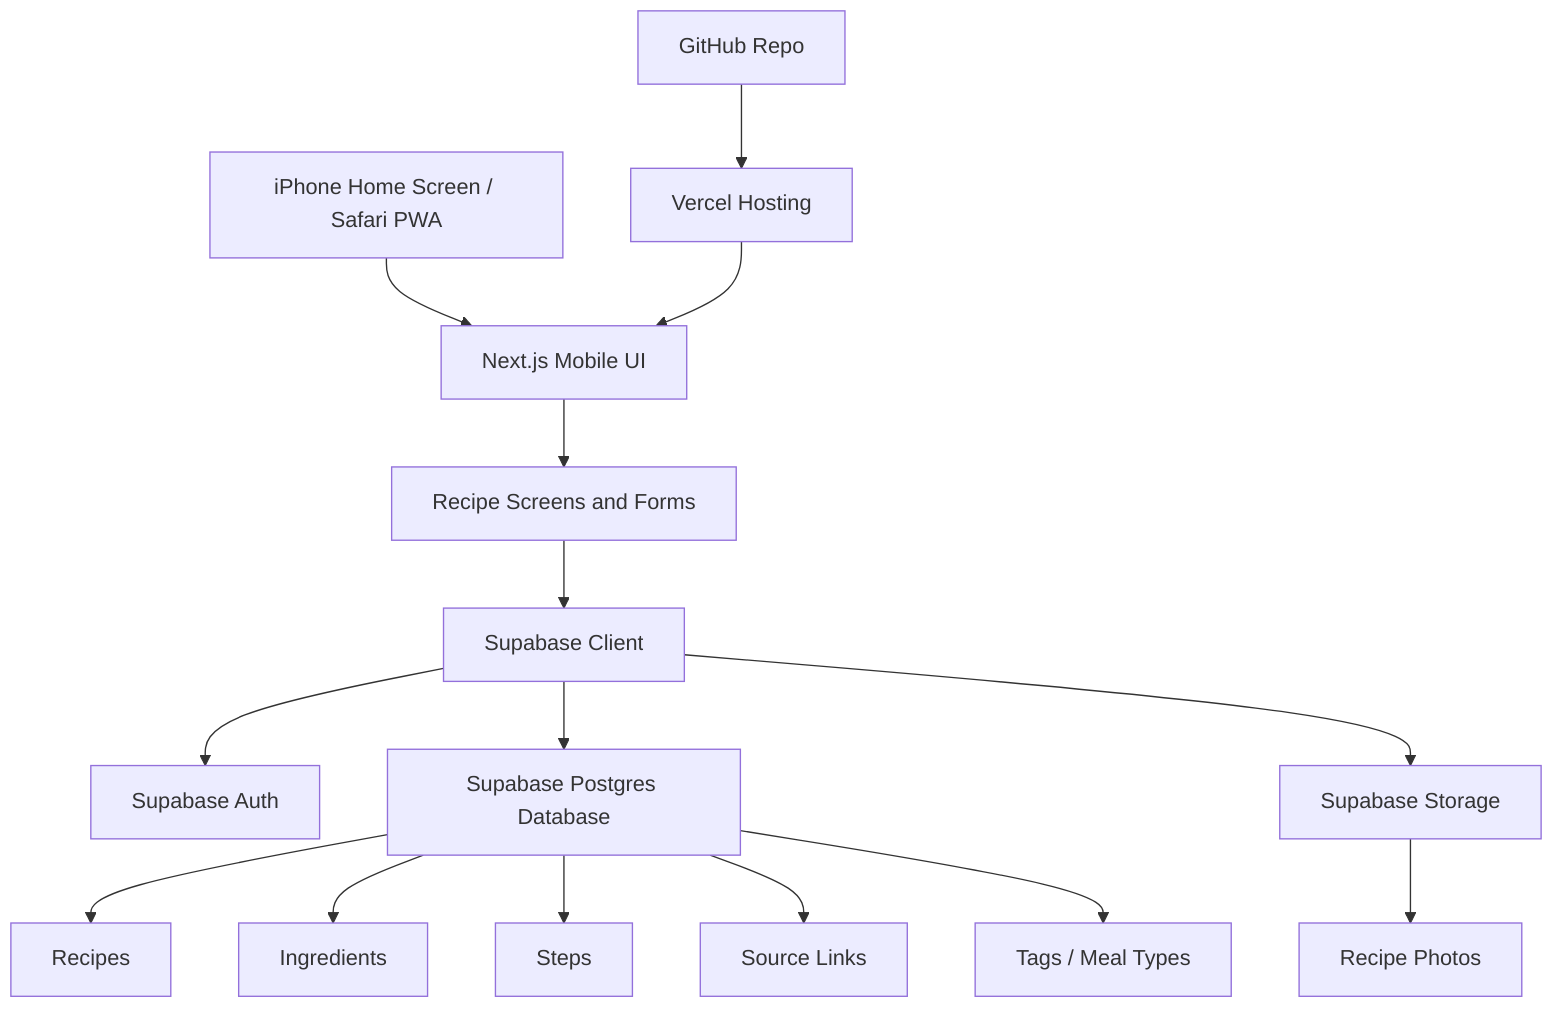
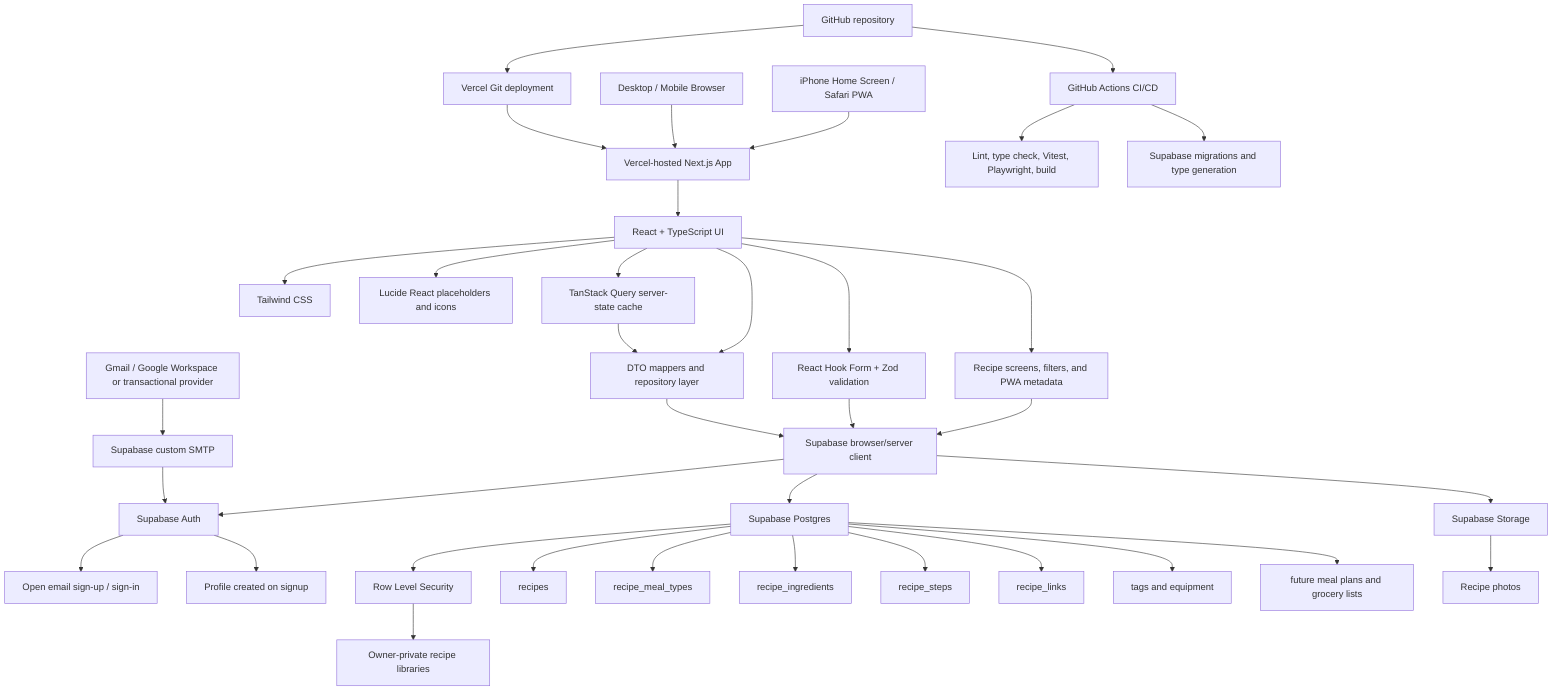
flowchart TD
-     A["iPhone Home Screen / Safari PWA"] --> B["Next.js Mobile UI"]
-     B --> C["Recipe Screens and Forms"]
-     C --> D["Supabase Client"]
+     A["iPhone Home Screen / Safari PWA"] --> B["Vercel-hosted Next.js App"]
+     W["Desktop / Mobile Browser"] --> B

-     D --> E["Supabase Auth"]
-     D --> F["Supabase Postgres Database"]
-     D --> G["Supabase Storage"]
+     B --> C["React + TypeScript UI"]
+     C --> D["Tailwind CSS"]
+     C --> E["Lucide React placeholders and icons"]
+     C --> F["Recipe screens, filters, and PWA metadata"]
+     C --> AE["React Hook Form + Zod validation"]
+     C --> AF["DTO mappers and repository layer"]
+     C --> AG["TanStack Query server-state cache"]

-     F --> H["Recipes"]
-     F --> I["Ingredients"]
-     F --> J["Steps"]
-     F --> K["Source Links"]
-     F --> L["Tags / Meal Types"]
+     F --> G["Supabase browser/server client"]
+     AE --> G
+     AF --> G
+     AG --> AF
+     G --> H["Supabase Auth"]
+     G --> I["Supabase Postgres"]
+     G --> J["Supabase Storage"]

-     G --> M["Recipe Photos"]
+     H --> K["Open email sign-up / sign-in"]
+     H --> L["Profile created on signup"]
+     I --> M["Row Level Security"]
+     M --> N["Owner-private recipe libraries"]

-     N["GitHub Repo"] --> O["Vercel Hosting"]
-     O --> B
+     I --> O["recipes"]
+     I --> P["recipe_meal_types"]
+     I --> Q["recipe_ingredients"]
+     I --> R["recipe_steps"]
+     I --> S["recipe_links"]
+     I --> T["tags and equipment"]
+     I --> U["future meal plans and grocery lists"]

+     J --> V["Recipe photos"]
+ 
+     X["GitHub repository"] --> Y["GitHub Actions CI/CD"]
+     Y --> Z["Lint, type check, Vitest, Playwright, build"]
+     Y --> AA["Supabase migrations and type generation"]
+     X --> AB["Vercel Git deployment"]
+     AB --> B
+ 
+     AC["Supabase custom SMTP"] --> H
+     AD["Gmail / Google Workspace or transactional provider"] --> AC
